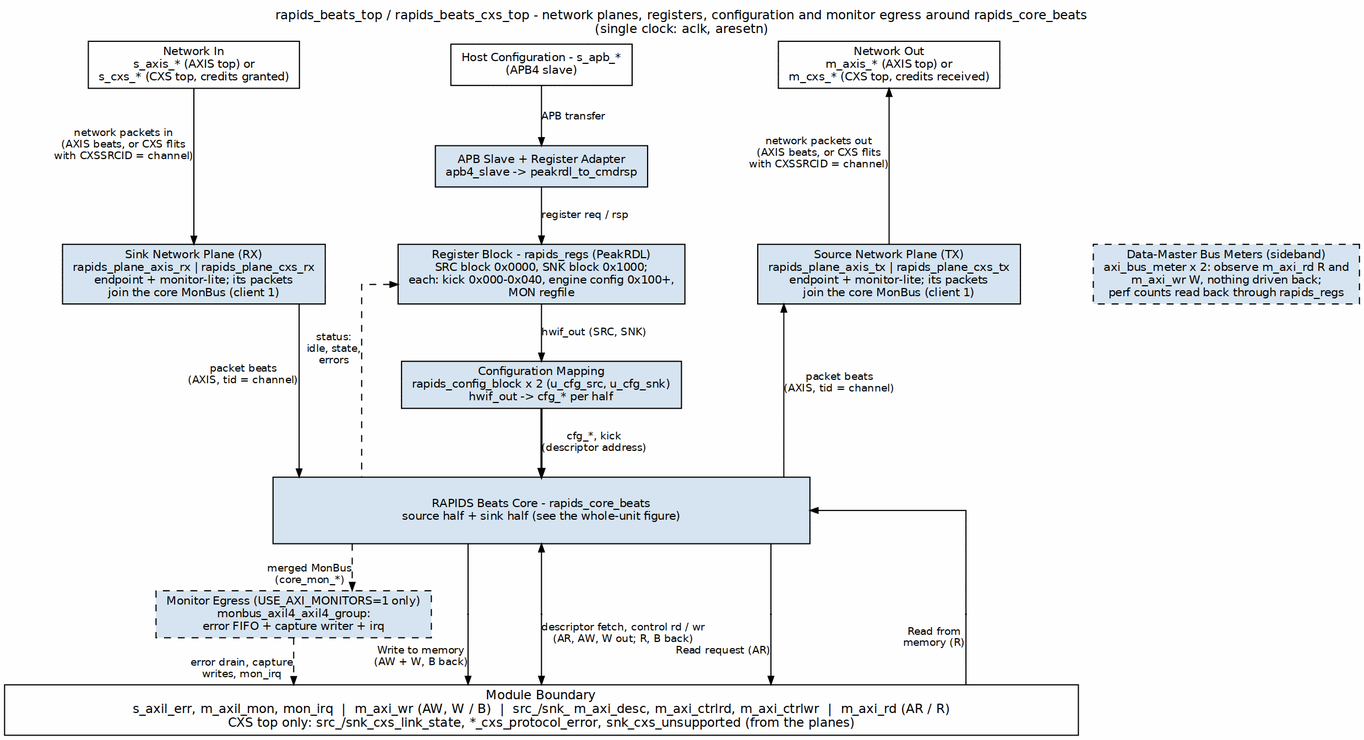
Above: projects/components/dma-ip/rapids/docs/rapids_beats_has/assets/graphviz/ch02_top_integration.png in sean-galloway/RTLDesignSherpa (Graphviz), before the change. Its source is kept beside it as projects/components/dma-ip/rapids/docs/rapids_beats_has/assets/graphviz/ch02_top_integration.dot.
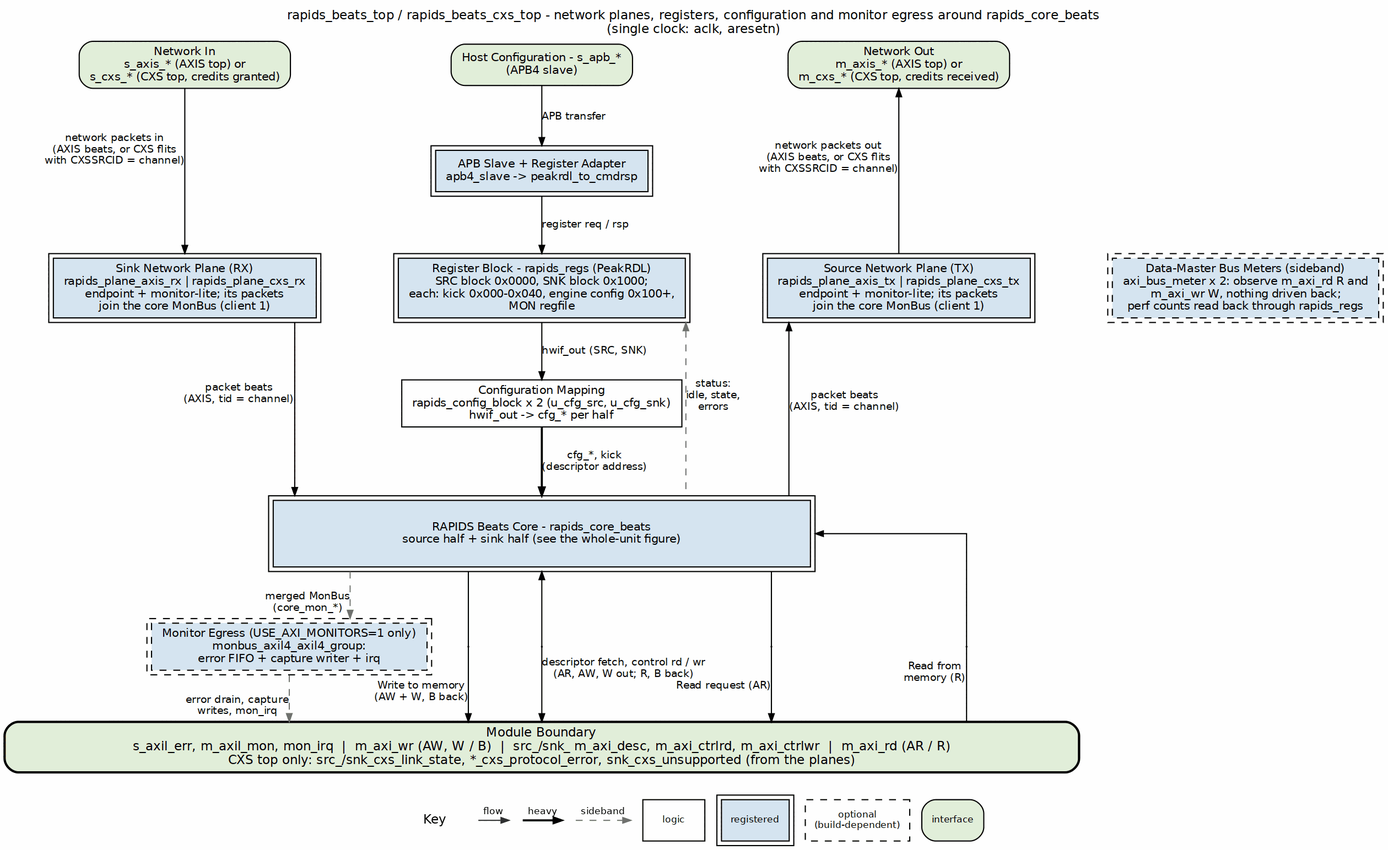
After the change.

The edit, as a diff of the source:
```diff
@@ -4,24 +4,24 @@
            label="rapids_beats_top / rapids_beats_cxs_top - network planes, registers, configuration and monitor egress around rapids_core_beats\n(single clock: aclk, aresetn)",
            labelloc=t, labeljust=c];
     node  [fontname="Helvetica", fontsize=10, shape=box, style=filled,
-           fillcolor="#D6E4F0", color="black", margin="0.12,0.06"];
+           fillcolor="white", color="black", margin="0.12,0.06"];
     edge  [fontname="Helvetica", fontsize=9, color="black", arrowsize=0.7];
 
-    s_axis [label="Network In\ns_axis_* (AXIS top) or\ns_cxs_* (CXS top, credits granted)", fillcolor="white", group=L];
-    s_apb  [label="Host Configuration - s_apb_*\n(APB4 slave)", fillcolor="white", group=C];
-    m_axis [label="Network Out\nm_axis_* (AXIS top) or\nm_cxs_* (CXS top, credits received)", fillcolor="white", group=R];
+    s_axis [label="Network In\ns_axis_* (AXIS top) or\ns_cxs_* (CXS top, credits granted)", fillcolor="white", group=L, style="rounded,filled", fillcolor="#E2EFDA"];
+    s_apb  [label="Host Configuration - s_apb_*\n(APB4 slave)", fillcolor="white", group=C, style="rounded,filled", fillcolor="#E2EFDA"];
+    m_axis [label="Network Out\nm_axis_* (AXIS top) or\nm_cxs_* (CXS top, credits received)", fillcolor="white", group=R, style="rounded,filled", fillcolor="#E2EFDA"];
 
-    plane_rx [label="Sink Network Plane (RX)\nrapids_plane_axis_rx | rapids_plane_cxs_rx\nendpoint + monitor-lite; its packets\njoin the core MonBus (client 1)", group=L];
-    plane_tx [label="Source Network Plane (TX)\nrapids_plane_axis_tx | rapids_plane_cxs_tx\nendpoint + monitor-lite; its packets\njoin the core MonBus (client 1)", group=R];
-    apb    [label="APB Slave + Register Adapter\napb4_slave -> peakrdl_to_cmdrsp", group=C];
-    regs   [label="Register Block - rapids_regs (PeakRDL)\nSRC block 0x0000, SNK block 0x1000;\neach: kick 0x000-0x040, engine config 0x100+,\nMON regfile", group=C];
-    meters [label="Data-Master Bus Meters (sideband)\naxi_bus_meter x 2: observe m_axi_rd R and\nm_axi_wr W, nothing driven back;\nperf counts read back through rapids_regs", style="filled,dashed"];
-    cfg    [label="Configuration Mapping\nrapids_config_block x 2 (u_cfg_src, u_cfg_snk)\nhwif_out -> cfg_* per half", group=C];
-    core   [label="RAPIDS Beats Core - rapids_core_beats\nsource half + sink half (see the whole-unit figure)", width=6.5, height=0.8, group=C];
-    mon    [label="Monitor Egress (USE_AXI_MONITORS=1 only)\nmonbus_axil4_axil4_group:\nerror FIFO + capture writer + irq", style="filled,dashed"];
+    plane_rx [label="Sink Network Plane (RX)\nrapids_plane_axis_rx | rapids_plane_cxs_rx\nendpoint + monitor-lite; its packets\njoin the core MonBus (client 1)", group=L, peripheries=2, style="filled", fillcolor="#D6E4F0"];
+    plane_tx [label="Source Network Plane (TX)\nrapids_plane_axis_tx | rapids_plane_cxs_tx\nendpoint + monitor-lite; its packets\njoin the core MonBus (client 1)", group=R, peripheries=2, style="filled", fillcolor="#D6E4F0"];
+    apb    [label="APB Slave + Register Adapter\napb4_slave -> peakrdl_to_cmdrsp", group=C, peripheries=2, style="filled", fillcolor="#D6E4F0"];
+    regs   [label="Register Block - rapids_regs (PeakRDL)\nSRC block 0x0000, SNK block 0x1000;\neach: kick 0x000-0x040, engine config 0x100+,\nMON regfile", group=C, peripheries=2, style="filled", fillcolor="#D6E4F0"];
+    meters [label="Data-Master Bus Meters (sideband)\naxi_bus_meter x 2: observe m_axi_rd R and\nm_axi_wr W, nothing driven back;\nperf counts read back through rapids_regs", style="filled,dashed", peripheries=2, style="filled,dashed", fillcolor="#D6E4F0"];
+    cfg    [label="Configuration Mapping\nrapids_config_block x 2 (u_cfg_src, u_cfg_snk)\nhwif_out -> cfg_* per half", group=C, style="filled", fillcolor="white"];
+    core   [label="RAPIDS Beats Core - rapids_core_beats\nsource half + sink half (see the whole-unit figure)", width=6.5, height=0.8, group=C, peripheries=2, style="filled", fillcolor="#D6E4F0"];
+    mon    [label="Monitor Egress (USE_AXI_MONITORS=1 only)\nmonbus_axil4_axil4_group:\nerror FIFO + capture writer + irq", style="filled,dashed", peripheries=2, style="filled,dashed", fillcolor="#D6E4F0"];
 
     bar [label="Module Boundary\ns_axil_err, m_axil_mon, mon_irq  |  m_axi_wr (AW, W / B)  |  src_/snk_ m_axi_desc, m_axi_ctrlrd, m_axi_ctrlwr  |  m_axi_rd (AR / R)\nCXS top only: src_/snk_cxs_link_state, *_cxs_protocol_error, snk_cxs_unsupported (from the planes)",
-         fillcolor="white", width=13.0, fontsize=11, group=C];
+         fillcolor="white", width=13.0, fontsize=11, group=C, style="rounded,filled,bold", fillcolor="#E2EFDA"];
 
     s_apb -> apb  [label="APB transfer"];
     apb   -> regs [label="register req / rsp"];
@@ -33,9 +33,9 @@
     m_axis   -> plane_tx [dir=back, xlabel="network packets out\n(AXIS beats, or CXS flits\nwith CXSSRCID = channel)"];
     plane_tx -> core     [dir=back, xlabel="packet beats\n(AXIS, tid = channel)"];
 
-    regs -> core [dir=back, style=dashed, constraint=false, xlabel="status:\nidle, state,\nerrors"];
+    regs -> core [dir=back, style=dashed, color="#777777", constraint=false, xlabel="status:\nidle, state,\nerrors"];
 
-    core -> mon [style=dashed, xlabel="merged MonBus\n(core_mon_*)"];
+    core -> mon [style=dashed, color="#777777", xlabel="merged MonBus\n(core_mon_*)"];
 
     p_wr  [shape=point, width=0.01, group=L];
     p_ctl [shape=point, width=0.01, group=C];
@@ -54,7 +54,7 @@
     p_ar -> bar   [xlabel="Read request (AR)", tailclip=false];
     core -> p_r   [dir=back, headclip=false];
     p_r  -> bar   [dir=none, xlabel="Read from\nmemory (R)", tailclip=false];
-    mon  -> bar   [style=dashed, xlabel="error drain, capture\nwrites, mon_irq"];
+    mon  -> bar   [style=dashed, color="#777777", xlabel="error drain, capture\nwrites, mon_irq"];
 
     { rank=same; s_axis; s_apb; m_axis; }
     s_axis -> s_apb -> m_axis [style=invis];
```
